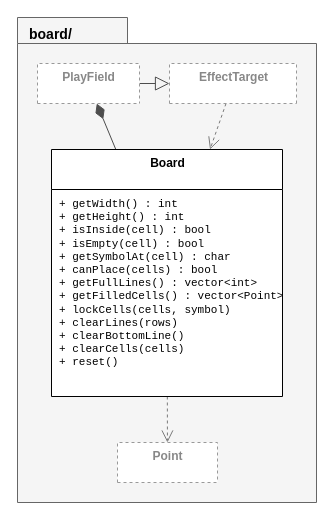
Above: page "board" (4 of 10) of docs/oop-tetris-class-diagram.drawio in taeg2/ku-oop2-tetris (draw.io), before the change. Source tidied: cells renumbered, new cells numbered last; positions are measured from the earlier drawing's top-left corner, leaving out a move shared by most shapes. Both pictures are drawn from the tidied source at 100%, with x=0, y=0 at pixel (17, 17).
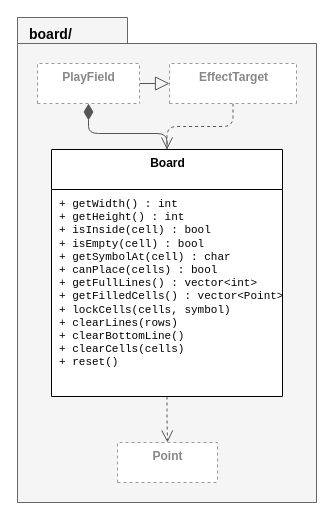
The same diagram, later.

What changed in the source:
```diff
@@
 <mxGraphModel>
   <root>
     <mxCell id="0" />
     <mxCell id="1" parent="0" />
     <mxCell id="2" value="board/" style="shape=folder;fontStyle=1;tabWidth=110;tabHeight=26;tabPosition=left;html=1;verticalAlign=top;align=left;spacingLeft=10;spacingTop=2;fontSize=14;fillColor=#f5f5f5;strokeColor=#666666;" parent="1" vertex="1">
       <mxGeometry width="299" height="485" as="geometry" />
     </mxCell>
-    <mxCell id="3" style="edgeStyle=none;rounded=0;html=1;endArrow=block;endFill=0;endSize=12;strokeColor=#4d4d4d;" parent="1" edge="1" source="7" target="8">
+    <mxCell id="3" style="edgeStyle=orthogonalEdgeStyle;rounded=1;html=1;jettySize=auto;strokeColor=#555555;endArrow=block;endFill=0;endSize=12;" parent="1" edge="1" source="7" target="8">
       <mxGeometry relative="1" as="geometry" />
     </mxCell>
-    <mxCell id="4" style="edgeStyle=none;rounded=0;html=1;startArrow=diamondThin;startFill=1;startSize=14;endArrow=none;strokeColor=#4d4d4d;" parent="1" edge="1" source="7" target="9">
+    <mxCell id="4" style="edgeStyle=orthogonalEdgeStyle;rounded=1;html=1;jettySize=auto;strokeColor=#555555;startArrow=diamondThin;startFill=1;startSize=14;endArrow=none;" parent="1" edge="1" source="7" target="9">
       <mxGeometry relative="1" as="geometry" />
     </mxCell>
-    <mxCell id="5" style="edgeStyle=none;rounded=0;html=1;endArrow=open;endFill=0;endSize=10;dashed=1;strokeColor=#7a7a7a;" parent="1" edge="1" source="9" target="11">
+    <mxCell id="5" style="edgeStyle=orthogonalEdgeStyle;rounded=1;html=1;jettySize=auto;strokeColor=#555555;endArrow=open;endFill=0;endSize=10;dashed=1;" parent="1" edge="1" source="9" target="11">
       <mxGeometry relative="1" as="geometry" />
     </mxCell>
-    <mxCell id="6" style="edgeStyle=none;rounded=0;html=1;endArrow=open;endFill=0;endSize=10;dashed=1;strokeColor=#7a7a7a;" parent="1" edge="1" source="8" target="9">
+    <mxCell id="6" style="edgeStyle=orthogonalEdgeStyle;rounded=1;html=1;jettySize=auto;strokeColor=#555555;endArrow=open;endFill=0;endSize=10;dashed=1;" parent="1" edge="1" source="8" target="9">
       <mxGeometry relative="1" as="geometry" />
     </mxCell>
     <mxCell id="7" value="PlayField" style="swimlane;fontStyle=1;align=center;verticalAlign=top;horizontal=1;startSize=40;html=1;fillColor=#ffffff;swimlaneFillColor=#ffffff;dashed=1;fontColor=#888888;strokeColor=#999999;" parent="1" vertex="1">
       <mxGeometry x="20" y="46" width="102" height="40" as="geometry" />
     </mxCell>
     <mxCell id="8" value="EffectTarget" style="swimlane;fontStyle=1;align=center;verticalAlign=top;horizontal=1;startSize=40;html=1;fillColor=#ffffff;swimlaneFillColor=#ffffff;dashed=1;fontColor=#888888;strokeColor=#999999;" parent="1" vertex="1">
       <mxGeometry x="152" y="46" width="127" height="40" as="geometry" />
     </mxCell>
     <mxCell id="9" value="Board" style="swimlane;fontStyle=1;align=center;verticalAlign=top;horizontal=1;startSize=40;html=1;fillColor=#ffffff;swimlaneFillColor=#ffffff;" parent="1" vertex="1">
       <mxGeometry x="34" y="132" width="231" height="247" as="geometry" />
     </mxCell>
     <mxCell id="10" value="+ getWidth() : int&lt;br&gt;+ getHeight() : int&lt;br&gt;+ isInside(cell) : bool&lt;br&gt;+ isEmpty(cell) : bool&lt;br&gt;+ getSymbolAt(cell) : char&lt;br&gt;+ canPlace(cells) : bool&lt;br&gt;+ getFullLines() : vector&amp;lt;int&amp;gt;&lt;br&gt;+ getFilledCells() : vector&amp;lt;Point&amp;gt;&lt;br&gt;+ lockCells(cells, symbol)&lt;br&gt;+ clearLines(rows)&lt;br&gt;+ clearBottomLine()&lt;br&gt;+ clearCells(cells)&lt;br&gt;+ reset()" style="text;strokeColor=none;fillColor=none;align=left;verticalAlign=top;spacingLeft=6;spacingTop=2;overflow=hidden;html=1;fontFamily=Consolas;fontSize=11;" parent="9" vertex="1">
       <mxGeometry y="40" width="231" height="207" as="geometry" />
     </mxCell>
     <mxCell id="11" value="Point" style="swimlane;fontStyle=1;align=center;verticalAlign=top;horizontal=1;startSize=40;html=1;fillColor=#ffffff;swimlaneFillColor=#ffffff;dashed=1;fontColor=#888888;strokeColor=#999999;" parent="1" vertex="1">
       <mxGeometry x="100" y="425" width="100" height="40" as="geometry" />
     </mxCell>
   </root>
 </mxGraphModel>
```
